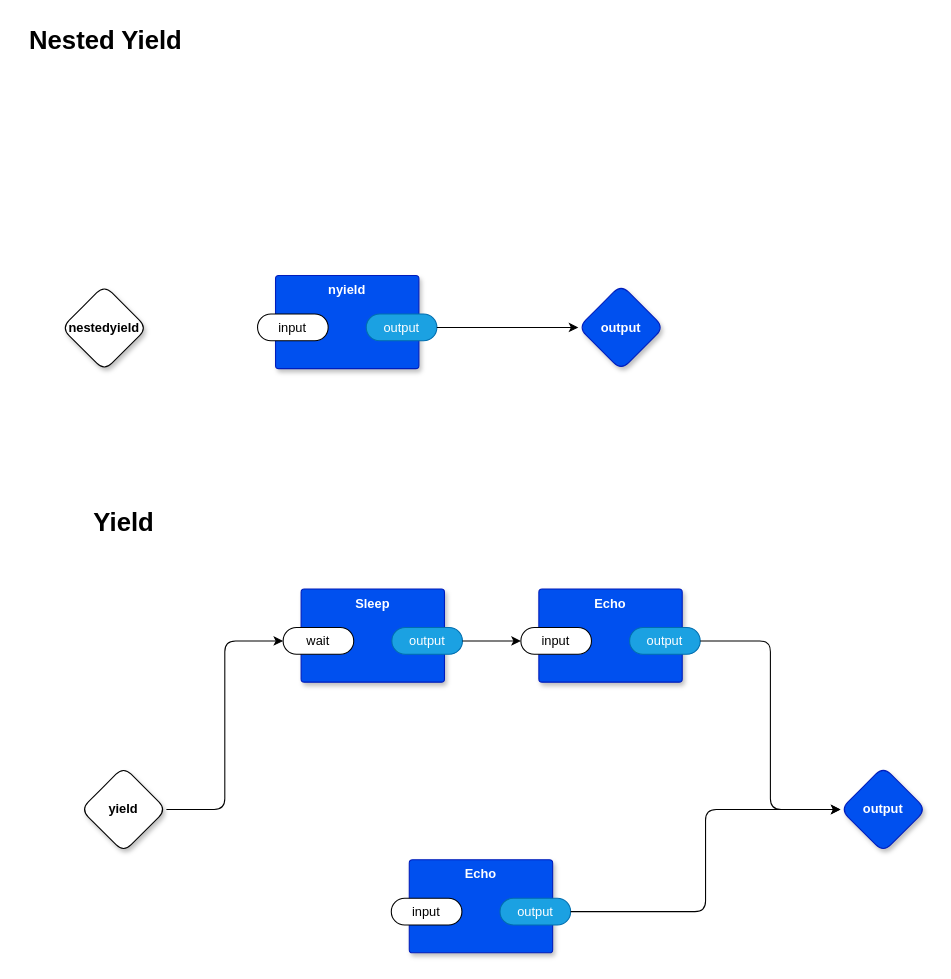
Before: page "main" (1 of 2) of example.drawio in guitarvydas/odin0d, a draw.io diagram. Source tidied: cells renumbered, new cells numbered last; positions are measured from the earlier drawing's top-left corner, leaving out a move shared by most shapes. Both pictures are drawn from the tidied source at 107%, with x=0, y=0 at pixel (18, 18).
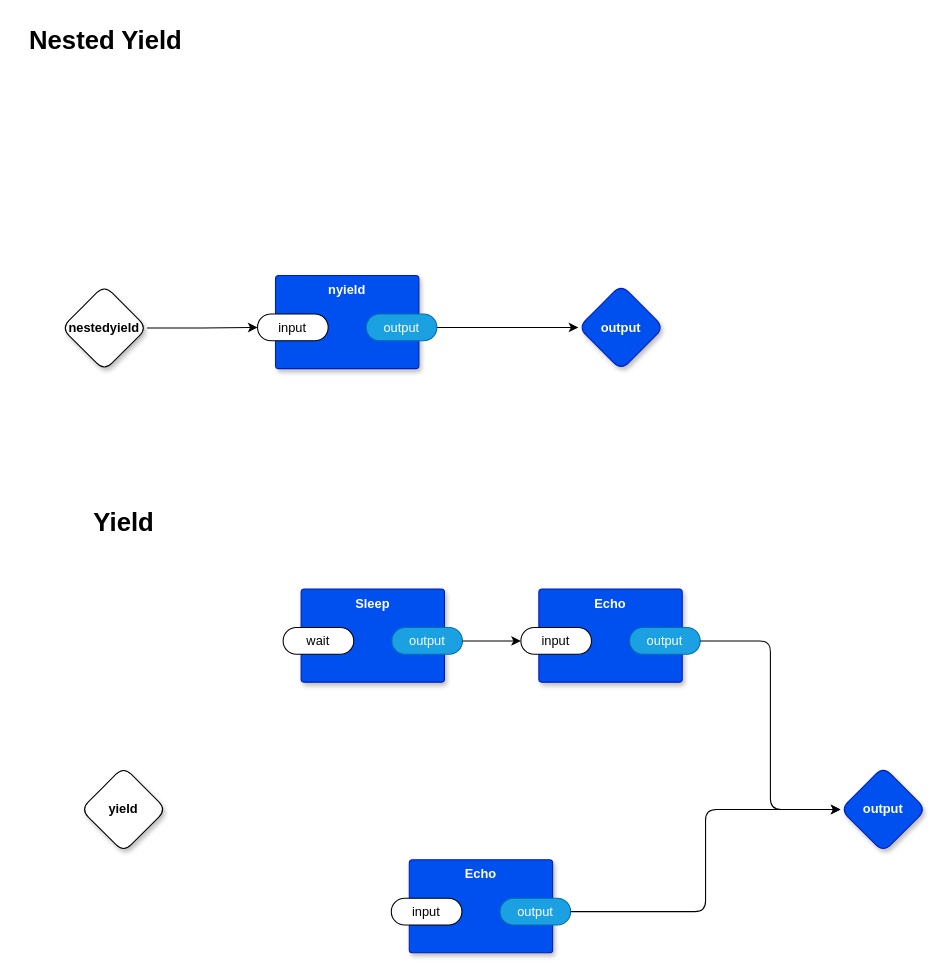
The same page after the edit.

Commit message (it also covers changes not shown here):
disconnect flat path to concentrate on nested version

The change refers to these unchanged cells:
```xml
<mxCell id="3" value="yield" style="rhombus;whiteSpace=wrap;html=1;rounded=1;fontStyle=1;glass=0;sketch=0;fontSize=12;points=[[0,0.5,0,0,0],[0.5,0,0,0,0],[0.5,1,0,0,0],[1,0.5,0,0,0]];shadow=1;" parent="1" vertex="1">
  <mxGeometry x="58" y="699" width="80" height="80" as="geometry" />
</mxCell>
<mxCell id="6" value="wait" style="rounded=1;whiteSpace=wrap;html=1;sketch=0;points=[[0,0.5,0,0,0],[1,0.5,0,0,0]];arcSize=50;" parent="5" vertex="1">
  <mxGeometry x="-16.8" y="36" width="66" height="25" as="geometry" />
</mxCell>
<mxCell id="18" value="nestedyield" style="rhombus;whiteSpace=wrap;html=1;rounded=1;fontStyle=1;glass=0;sketch=0;fontSize=12;points=[[0,0.5,0,0,0],[0.5,0,0,0,0],[0.5,1,0,0,0],[1,0.5,0,0,0]];shadow=1;" parent="1" vertex="1">
  <mxGeometry x="40" y="249" width="80" height="80" as="geometry" />
</mxCell>
<mxCell id="21" value="input" style="rounded=1;whiteSpace=wrap;html=1;sketch=0;points=[[0,0.5,0,0,0],[1,0.5,0,0,0]];arcSize=50;" parent="20" vertex="1">
  <mxGeometry x="-16.8" y="36" width="66" height="25" as="geometry" />
</mxCell>
```

The edit, as a diff of the source:
```diff
@@
-    <mxCell id="2" style="edgeStyle=orthogonalEdgeStyle;rounded=1;jettySize=auto;html=1;exitX=1;exitY=0.5;exitDx=0;exitDy=0;exitPerimeter=0;entryX=0;entryY=0.5;entryDx=0;entryDy=0;entryPerimeter=0;" parent="1" edge="1" source="3" target="6">
-      <mxGeometry relative="1" as="geometry" />
-    </mxCell>
@@
+    <mxCell id="25" style="edgeStyle=orthogonalEdgeStyle;rounded=0;jettySize=auto;html=1;exitX=1;exitY=0.5;exitDx=0;exitDy=0;exitPerimeter=0;" parent="1" edge="1" source="18" target="21">
+      <mxGeometry relative="1" as="geometry" />
+    </mxCell>
```
